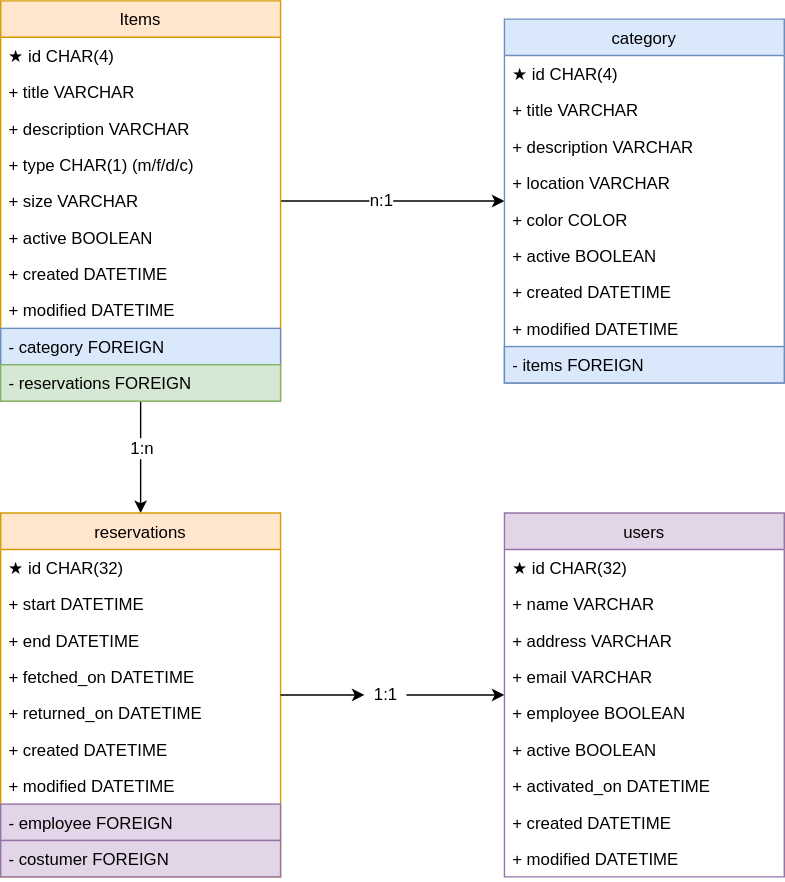
Above: draw.io/dbstructure.svg in Lustiges-aus-dem-Computer/Gaidaros (draw.io), before the change. Source tidied: cells renumbered, new cells last; positions are measured from the earlier drawing's top-left corner, leaving out a move shared by most shapes.
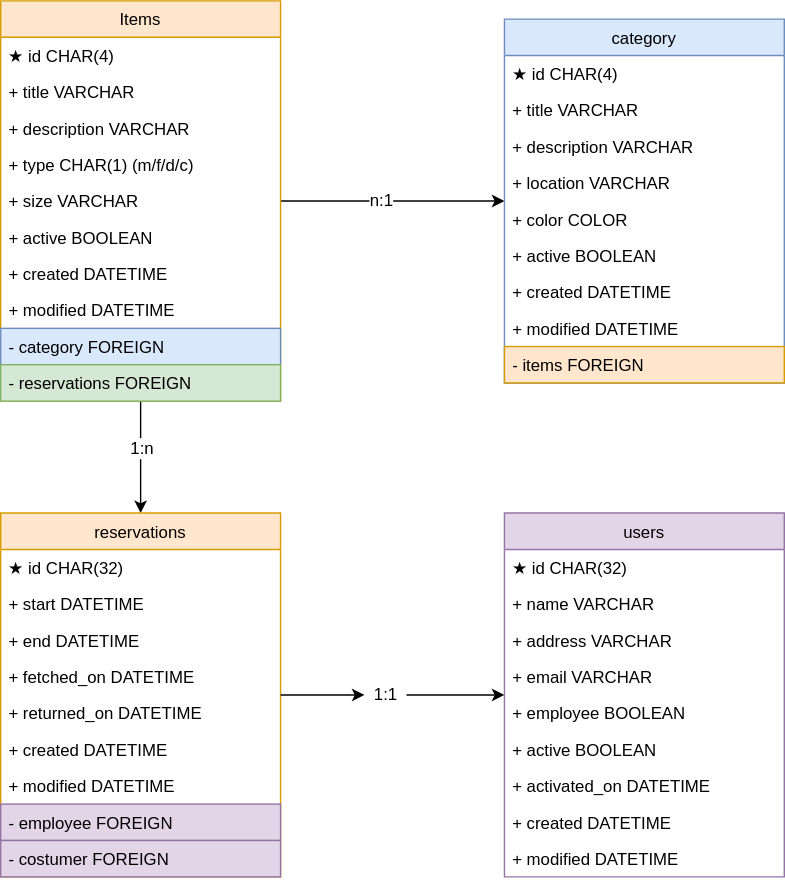
Later version of the same file.

Change to the diagram source:
```diff
@@ -139,7 +139,7 @@
     <mxCell id="46" value="+ modified DATETIME" style="text;strokeColor=none;fillColor=none;align=left;verticalAlign=top;spacingLeft=4;spacingRight=4;overflow=hidden;" parent="38" vertex="1">
       <mxGeometry y="208" width="200" height="26" as="geometry" />
     </mxCell>
-    <mxCell id="47" value="- items FOREIGN" style="text;align=left;verticalAlign=top;spacingLeft=4;spacingRight=4;overflow=hidden;fillColor=#dae8fc;strokeColor=#6c8ebf;" parent="38" vertex="1">
+    <mxCell id="47" value="- items FOREIGN" style="text;align=left;verticalAlign=top;spacingLeft=4;spacingRight=4;overflow=hidden;fillColor=#ffe6cc;strokeColor=#d79b00;" parent="38" vertex="1">
       <mxGeometry y="234" width="200" height="26" as="geometry" />
     </mxCell>
     <mxCell id="48" value="1:1" style="text;html=1;align=center;verticalAlign=middle;points=[];" parent="1" vertex="1">
```
